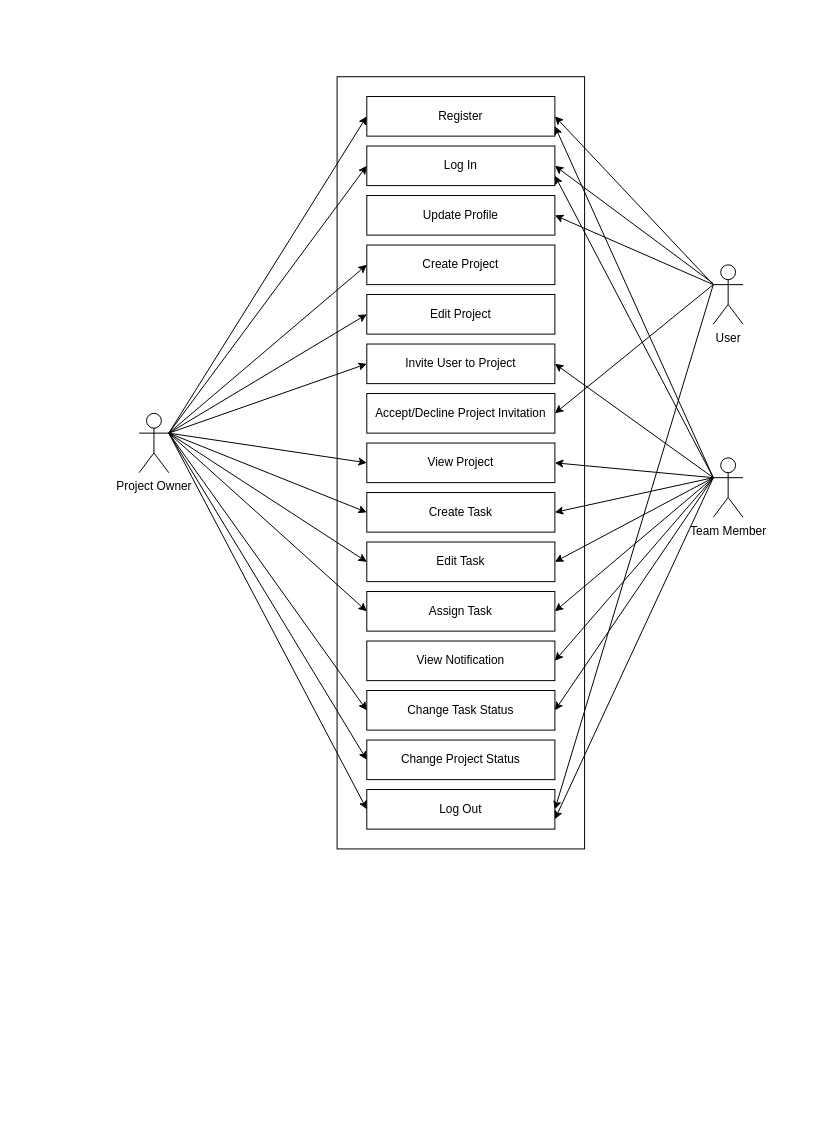
Earlier version of the draw.io diagram resources/TEAMTRACK_usecase.drawio (pembattech/team-track). Source tidied: cells renumbered, new cells numbered last; positions are measured from the earlier drawing's top-left corner, leaving out a move shared by most shapes. Both pictures are drawn from the tidied source at 99%, with x=0, y=0 at pixel (139, 76).
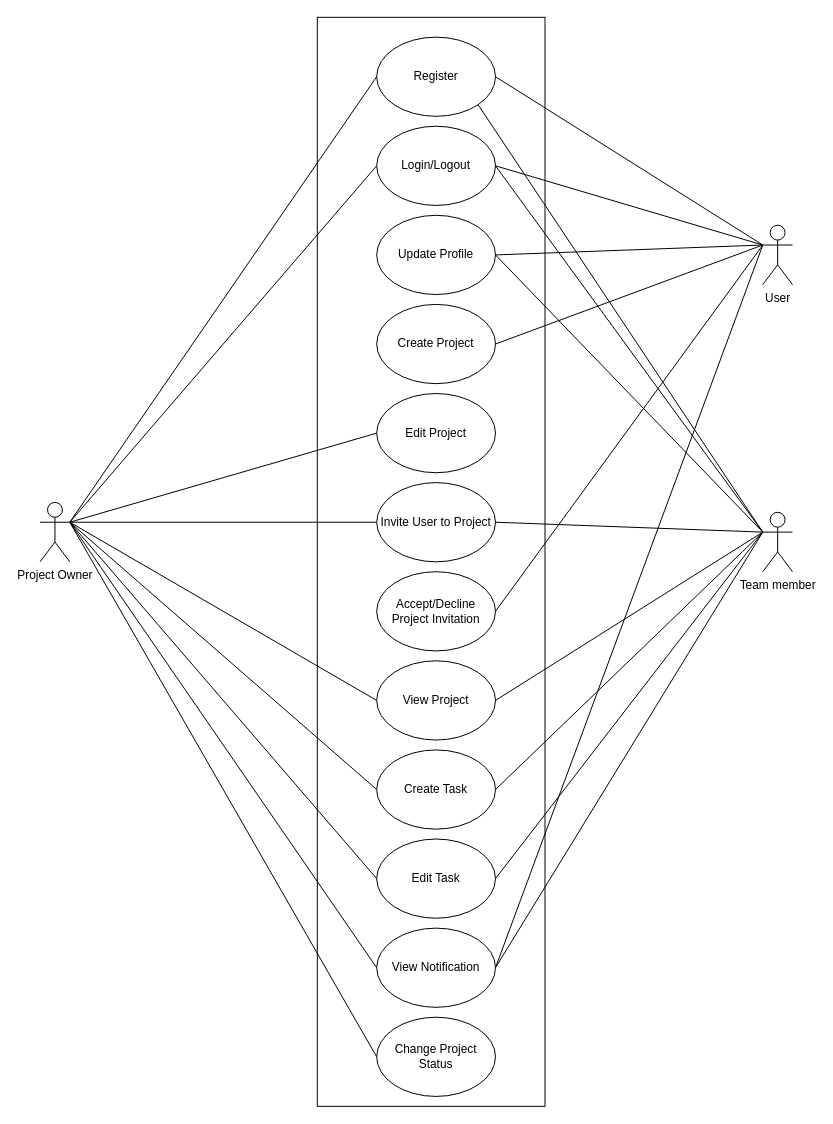
Above is the later version.

Change to the diagram source:
```diff
@@
-    <mxCell id="2" style="rounded=0;whiteSpace=wrap;html=1;" parent="1" vertex="1">
-      <mxGeometry x="200" width="250" height="780" as="geometry" />
-    </mxCell>
+    <mxCell id="48" style="rounded=0;whiteSpace=wrap;html=1;" parent="1" vertex="1">
+      <mxGeometry x="180" y="-60" width="230" height="1100" as="geometry" />
+    </mxCell>
+    <mxCell id="16" value="Change Project Status" style="ellipse;whiteSpace=wrap;html=1;" parent="1" vertex="1">
+      <mxGeometry x="240" y="950" width="120" height="80" as="geometry" />
+    </mxCell>
+    <mxCell id="14" value="View Notification" style="ellipse;whiteSpace=wrap;html=1;" parent="1" vertex="1">
+      <mxGeometry x="240" y="860" width="120" height="80" as="geometry" />
+    </mxCell>
+    <mxCell id="5" value="Edit Task" style="ellipse;whiteSpace=wrap;html=1;" parent="1" vertex="1">
+      <mxGeometry x="240" y="770" width="120" height="80" as="geometry" />
+    </mxCell>
+    <mxCell id="13" value="Update Profile" style="ellipse;whiteSpace=wrap;html=1;" parent="1" vertex="1">
+      <mxGeometry x="240" y="140" width="120" height="80" as="geometry" />
+    </mxCell>
-    <mxCell id="3" value="Register" style="rounded=0;whiteSpace=wrap;html=1;" parent="1" vertex="1">
-      <mxGeometry x="230" y="20" width="190" height="40" as="geometry" />
+    <mxCell id="3" value="Register" style="ellipse;whiteSpace=wrap;html=1;" parent="1" vertex="1">
+      <mxGeometry x="240" y="-40" width="120" height="80" as="geometry" />
     </mxCell>
-    <mxCell id="4" value="Assign Task" style="rounded=0;whiteSpace=wrap;html=1;" parent="1" vertex="1">
-      <mxGeometry x="230" y="520" width="190" height="40" as="geometry" />
-    </mxCell>
-    <mxCell id="5" value="Edit Task" style="rounded=0;whiteSpace=wrap;html=1;" parent="1" vertex="1">
-      <mxGeometry x="230" y="470" width="190" height="40" as="geometry" />
-    </mxCell>
-    <mxCell id="6" value="Create Task" style="rounded=0;whiteSpace=wrap;html=1;" parent="1" vertex="1">
-      <mxGeometry x="230" y="420" width="190" height="40" as="geometry" />
+    <mxCell id="6" value="Create Task" style="ellipse;whiteSpace=wrap;html=1;" parent="1" vertex="1">
+      <mxGeometry x="240" y="680" width="120" height="80" as="geometry" />
     </mxCell>
-    <mxCell id="7" value="View Project" style="rounded=0;whiteSpace=wrap;html=1;" parent="1" vertex="1">
-      <mxGeometry x="230" y="370" width="190" height="40" as="geometry" />
+    <mxCell id="7" value="View Project" style="ellipse;whiteSpace=wrap;html=1;" parent="1" vertex="1">
+      <mxGeometry x="240" y="590" width="120" height="80" as="geometry" />
     </mxCell>
-    <mxCell id="8" value="Accept/Decline Project Invitation" style="rounded=0;whiteSpace=wrap;html=1;" parent="1" vertex="1">
-      <mxGeometry x="230" y="320" width="190" height="40" as="geometry" />
+    <mxCell id="8" value="Accept/Decline Project Invitation" style="ellipse;whiteSpace=wrap;html=1;" parent="1" vertex="1">
+      <mxGeometry x="240" y="500" width="120" height="80" as="geometry" />
     </mxCell>
-    <mxCell id="9" value="Invite User to Project" style="rounded=0;whiteSpace=wrap;html=1;" parent="1" vertex="1">
-      <mxGeometry x="230" y="270" width="190" height="40" as="geometry" />
+    <mxCell id="9" value="Invite User to Project" style="ellipse;whiteSpace=wrap;html=1;" parent="1" vertex="1">
+      <mxGeometry x="240" y="410" width="120" height="80" as="geometry" />
     </mxCell>
-    <mxCell id="10" value="Edit Project" style="rounded=0;whiteSpace=wrap;html=1;" parent="1" vertex="1">
-      <mxGeometry x="230" y="220" width="190" height="40" as="geometry" />
+    <mxCell id="10" value="Edit Project" style="ellipse;whiteSpace=wrap;html=1;" parent="1" vertex="1">
+      <mxGeometry x="240" y="320" width="120" height="80" as="geometry" />
     </mxCell>
-    <mxCell id="11" value="Create Project" style="rounded=0;whiteSpace=wrap;html=1;" parent="1" vertex="1">
-      <mxGeometry x="230" y="170" width="190" height="40" as="geometry" />
+    <mxCell id="11" value="Create Project" style="ellipse;whiteSpace=wrap;html=1;" parent="1" vertex="1">
+      <mxGeometry x="240" y="230" width="120" height="80" as="geometry" />
     </mxCell>
-    <mxCell id="12" value="Log In" style="rounded=0;whiteSpace=wrap;html=1;" parent="1" vertex="1">
-      <mxGeometry x="230" y="70" width="190" height="40" as="geometry" />
-    </mxCell>
-    <mxCell id="13" value="Update Profile" style="rounded=0;whiteSpace=wrap;html=1;" parent="1" vertex="1">
-      <mxGeometry x="230" y="120" width="190" height="40" as="geometry" />
-    </mxCell>
-    <mxCell id="14" value="View Notification" style="rounded=0;whiteSpace=wrap;html=1;" parent="1" vertex="1">
-      <mxGeometry x="230" y="570" width="190" height="40" as="geometry" />
-    </mxCell>
-    <mxCell id="15" value="Change Task Status" style="rounded=0;whiteSpace=wrap;html=1;" parent="1" vertex="1">
-      <mxGeometry x="230" y="620" width="190" height="40" as="geometry" />
-    </mxCell>
-    <mxCell id="16" value="Change Project Status" style="rounded=0;whiteSpace=wrap;html=1;" parent="1" vertex="1">
-      <mxGeometry x="230" y="670" width="190" height="40" as="geometry" />
-    </mxCell>
-    <mxCell id="17" value="Log Out" style="rounded=0;whiteSpace=wrap;html=1;" parent="1" vertex="1">
-      <mxGeometry x="230" y="720" width="190" height="40" as="geometry" />
-    </mxCell>
+    <mxCell id="49" value="Login/Logout" style="ellipse;whiteSpace=wrap;html=1;" parent="1" vertex="1">
+      <mxGeometry x="240" y="50" width="120" height="80" as="geometry" />
+    </mxCell>
     <mxCell id="18" value="Project Owner" style="shape=umlActor;verticalLabelPosition=bottom;verticalAlign=top;html=1;outlineConnect=0;" parent="1" vertex="1">
-      <mxGeometry y="340" width="30" height="60" as="geometry" />
+      <mxGeometry x="-100" y="430" width="30" height="60" as="geometry" />
     </mxCell>
-    <mxCell id="19" value="Team Member" style="shape=umlActor;verticalLabelPosition=bottom;verticalAlign=top;html=1;outlineConnect=0;" parent="1" vertex="1">
-      <mxGeometry x="580" y="385" width="30" height="60" as="geometry" />
-    </mxCell>
     <mxCell id="20" value="User" style="shape=umlActor;verticalLabelPosition=bottom;verticalAlign=top;html=1;outlineConnect=0;" parent="1" vertex="1">
-      <mxGeometry x="580" y="190" width="30" height="60" as="geometry" />
+      <mxGeometry x="630" y="150" width="30" height="60" as="geometry" />
     </mxCell>
-    <mxCell id="21" style="endArrow=classic;html=1;rounded=0;entryX=1;entryY=0.5;entryDx=0;entryDy=0;exitX=0;exitY=0.3333333333333333;exitDx=0;exitDy=0;exitPerimeter=0;" parent="1" edge="1" source="20" target="3">
-      <mxGeometry relative="1" as="geometry" />
-    </mxCell>
-    <mxCell id="22" style="endArrow=classic;html=1;rounded=0;entryX=1;entryY=0.5;entryDx=0;entryDy=0;" parent="1" edge="1" source="20" target="12">
-      <mxGeometry relative="1" as="geometry" />
-    </mxCell>
-    <mxCell id="23" style="endArrow=classic;html=1;rounded=0;entryX=1;entryY=0.5;entryDx=0;entryDy=0;exitX=0;exitY=0.3333333333333333;exitDx=0;exitDy=0;exitPerimeter=0;" parent="1" edge="1" source="20" target="13">
-      <mxGeometry relative="1" as="geometry" />
-    </mxCell>
-    <mxCell id="24" style="endArrow=classic;html=1;rounded=0;entryX=1;entryY=0.5;entryDx=0;entryDy=0;exitX=0;exitY=0.3333333333333333;exitDx=0;exitDy=0;exitPerimeter=0;" parent="1" edge="1" source="20" target="8">
-      <mxGeometry relative="1" as="geometry" />
-    </mxCell>
-    <mxCell id="25" style="endArrow=classic;html=1;rounded=0;entryX=1;entryY=0.5;entryDx=0;entryDy=0;exitX=0;exitY=0.3333333333333333;exitDx=0;exitDy=0;exitPerimeter=0;" parent="1" edge="1" source="20" target="17">
-      <mxGeometry relative="1" as="geometry" />
-    </mxCell>
-    <mxCell id="26" style="endArrow=classic;html=1;rounded=0;exitX=1;exitY=0.3333333333333333;exitDx=0;exitDy=0;exitPerimeter=0;entryX=0;entryY=0.5;entryDx=0;entryDy=0;" parent="1" edge="1" source="18" target="3">
-      <mxGeometry relative="1" as="geometry" />
-    </mxCell>
-    <mxCell id="27" style="endArrow=classic;html=1;rounded=0;exitX=1;exitY=0.3333333333333333;exitDx=0;exitDy=0;exitPerimeter=0;entryX=0;entryY=0.5;entryDx=0;entryDy=0;" parent="1" edge="1" source="18" target="12">
-      <mxGeometry relative="1" as="geometry" />
-    </mxCell>
-    <mxCell id="28" style="endArrow=classic;html=1;rounded=0;exitX=1;exitY=0.3333333333333333;exitDx=0;exitDy=0;exitPerimeter=0;entryX=0;entryY=0.5;entryDx=0;entryDy=0;" parent="1" edge="1" source="18" target="11">
-      <mxGeometry relative="1" as="geometry" />
-    </mxCell>
-    <mxCell id="29" style="endArrow=classic;html=1;rounded=0;exitX=1;exitY=0.3333333333333333;exitDx=0;exitDy=0;exitPerimeter=0;entryX=0;entryY=0.5;entryDx=0;entryDy=0;" parent="1" edge="1" source="18" target="10">
-      <mxGeometry relative="1" as="geometry" />
-    </mxCell>
-    <mxCell id="30" style="endArrow=classic;html=1;rounded=0;exitX=1;exitY=0.3333333333333333;exitDx=0;exitDy=0;exitPerimeter=0;entryX=0;entryY=0.5;entryDx=0;entryDy=0;" parent="1" edge="1" source="18" target="9">
-      <mxGeometry relative="1" as="geometry" />
-    </mxCell>
-    <mxCell id="31" style="endArrow=classic;html=1;rounded=0;entryX=0;entryY=0.5;entryDx=0;entryDy=0;exitX=1;exitY=0.3333333333333333;exitDx=0;exitDy=0;exitPerimeter=0;" parent="1" edge="1" source="18" target="7">
-      <mxGeometry relative="1" as="geometry" />
-    </mxCell>
-    <mxCell id="32" style="endArrow=classic;html=1;rounded=0;exitX=1;exitY=0.3333333333333333;exitDx=0;exitDy=0;exitPerimeter=0;entryX=0;entryY=0.5;entryDx=0;entryDy=0;" parent="1" edge="1" source="18" target="6">
-      <mxGeometry relative="1" as="geometry" />
-    </mxCell>
-    <mxCell id="33" style="endArrow=classic;html=1;rounded=0;exitX=1;exitY=0.3333333333333333;exitDx=0;exitDy=0;exitPerimeter=0;entryX=0;entryY=0.5;entryDx=0;entryDy=0;" parent="1" edge="1" source="18" target="5">
-      <mxGeometry relative="1" as="geometry" />
-    </mxCell>
-    <mxCell id="34" style="endArrow=classic;html=1;rounded=0;exitX=1;exitY=0.3333333333333333;exitDx=0;exitDy=0;exitPerimeter=0;entryX=0;entryY=0.5;entryDx=0;entryDy=0;" parent="1" edge="1" source="18" target="4">
-      <mxGeometry relative="1" as="geometry" />
-    </mxCell>
-    <mxCell id="35" style="endArrow=classic;html=1;rounded=0;exitX=1;exitY=0.3333333333333333;exitDx=0;exitDy=0;exitPerimeter=0;entryX=0;entryY=0.5;entryDx=0;entryDy=0;" parent="1" edge="1" source="18" target="15">
-      <mxGeometry relative="1" as="geometry" />
-    </mxCell>
-    <mxCell id="36" style="endArrow=classic;html=1;rounded=0;exitX=1;exitY=0.3333333333333333;exitDx=0;exitDy=0;exitPerimeter=0;entryX=0;entryY=0.5;entryDx=0;entryDy=0;" parent="1" edge="1" source="18" target="16">
-      <mxGeometry relative="1" as="geometry" />
-    </mxCell>
-    <mxCell id="37" style="endArrow=classic;html=1;rounded=0;exitX=1;exitY=0.3333333333333333;exitDx=0;exitDy=0;exitPerimeter=0;entryX=0;entryY=0.5;entryDx=0;entryDy=0;" parent="1" edge="1" source="18" target="17">
-      <mxGeometry relative="1" as="geometry" />
-    </mxCell>
-    <mxCell id="38" style="endArrow=classic;html=1;rounded=0;exitX=0;exitY=0.3333333333333333;exitDx=0;exitDy=0;exitPerimeter=0;entryX=1;entryY=0.75;entryDx=0;entryDy=0;" parent="1" edge="1" source="19" target="3">
-      <mxGeometry relative="1" as="geometry" />
-    </mxCell>
-    <mxCell id="39" style="endArrow=classic;html=1;rounded=0;exitX=0;exitY=0.3333333333333333;exitDx=0;exitDy=0;exitPerimeter=0;entryX=1;entryY=0.75;entryDx=0;entryDy=0;" parent="1" edge="1" source="19" target="12">
-      <mxGeometry relative="1" as="geometry" />
-    </mxCell>
-    <mxCell id="40" style="endArrow=classic;html=1;rounded=0;entryX=1;entryY=0.5;entryDx=0;entryDy=0;exitX=0;exitY=0.3333333333333333;exitDx=0;exitDy=0;exitPerimeter=0;" parent="1" edge="1" source="19" target="9">
-      <mxGeometry relative="1" as="geometry" />
-    </mxCell>
-    <mxCell id="41" style="endArrow=classic;html=1;rounded=0;entryX=1;entryY=0.5;entryDx=0;entryDy=0;exitX=0;exitY=0.3333333333333333;exitDx=0;exitDy=0;exitPerimeter=0;" parent="1" edge="1" source="19" target="7">
-      <mxGeometry relative="1" as="geometry" />
-    </mxCell>
-    <mxCell id="42" style="endArrow=classic;html=1;rounded=0;entryX=1;entryY=0.5;entryDx=0;entryDy=0;exitX=0;exitY=0.3333333333333333;exitDx=0;exitDy=0;exitPerimeter=0;" parent="1" edge="1" source="19" target="6">
-      <mxGeometry relative="1" as="geometry" />
-    </mxCell>
-    <mxCell id="43" style="endArrow=classic;html=1;rounded=0;entryX=1;entryY=0.5;entryDx=0;entryDy=0;exitX=0;exitY=0.3333333333333333;exitDx=0;exitDy=0;exitPerimeter=0;" parent="1" edge="1" source="19" target="5">
-      <mxGeometry relative="1" as="geometry" />
-    </mxCell>
-    <mxCell id="44" style="endArrow=classic;html=1;rounded=0;entryX=1;entryY=0.5;entryDx=0;entryDy=0;exitX=0;exitY=0.3333333333333333;exitDx=0;exitDy=0;exitPerimeter=0;" parent="1" edge="1" source="19" target="4">
-      <mxGeometry relative="1" as="geometry" />
-    </mxCell>
-    <mxCell id="45" style="endArrow=classic;html=1;rounded=0;entryX=1;entryY=0.5;entryDx=0;entryDy=0;exitX=0;exitY=0.3333333333333333;exitDx=0;exitDy=0;exitPerimeter=0;" parent="1" edge="1" source="19" target="14">
-      <mxGeometry relative="1" as="geometry" />
-    </mxCell>
-    <mxCell id="46" style="endArrow=classic;html=1;rounded=0;entryX=1;entryY=0.5;entryDx=0;entryDy=0;exitX=0;exitY=0.3333333333333333;exitDx=0;exitDy=0;exitPerimeter=0;" parent="1" edge="1" source="19" target="15">
-      <mxGeometry relative="1" as="geometry" />
-    </mxCell>
-    <mxCell id="47" style="endArrow=classic;html=1;rounded=0;entryX=1;entryY=0.75;entryDx=0;entryDy=0;exitX=0;exitY=0.3333333333333333;exitDx=0;exitDy=0;exitPerimeter=0;" parent="1" edge="1" source="19" target="17">
-      <mxGeometry relative="1" as="geometry" />
-    </mxCell>
+    <mxCell id="50" value="Team member" style="shape=umlActor;verticalLabelPosition=bottom;verticalAlign=top;html=1;outlineConnect=0;" parent="1" vertex="1">
+      <mxGeometry x="630" y="440" width="30" height="60" as="geometry" />
+    </mxCell>
+    <mxCell id="51" style="endArrow=none;html=1;rounded=0;exitX=0;exitY=0.5;exitDx=0;exitDy=0;entryX=1;entryY=0.3333333333333333;entryDx=0;entryDy=0;entryPerimeter=0;" parent="1" edge="1" source="3" target="18">
+      <mxGeometry relative="1" as="geometry" />
+    </mxCell>
+    <mxCell id="52" style="endArrow=none;html=1;rounded=0;exitX=1;exitY=0.5;exitDx=0;exitDy=0;entryX=0;entryY=0.3333333333333333;entryDx=0;entryDy=0;entryPerimeter=0;" parent="1" edge="1" source="3" target="20">
+      <mxGeometry relative="1" as="geometry" />
+    </mxCell>
+    <mxCell id="53" style="endArrow=none;html=1;rounded=0;exitX=1;exitY=0.5;exitDx=0;exitDy=0;entryX=0;entryY=0.3333333333333333;entryDx=0;entryDy=0;entryPerimeter=0;" parent="1" edge="1" source="49" target="20">
+      <mxGeometry relative="1" as="geometry" />
+    </mxCell>
+    <mxCell id="54" style="endArrow=none;html=1;rounded=0;exitX=1;exitY=0.5;exitDx=0;exitDy=0;entryX=0;entryY=0.3333333333333333;entryDx=0;entryDy=0;entryPerimeter=0;" parent="1" edge="1" source="13" target="20">
+      <mxGeometry relative="1" as="geometry" />
+    </mxCell>
+    <mxCell id="55" style="endArrow=none;html=1;rounded=0;exitX=1;exitY=0.5;exitDx=0;exitDy=0;entryX=0;entryY=0.3333333333333333;entryDx=0;entryDy=0;entryPerimeter=0;" parent="1" edge="1" source="11" target="20">
+      <mxGeometry relative="1" as="geometry" />
+    </mxCell>
+    <mxCell id="56" style="endArrow=none;html=1;rounded=0;exitX=1;exitY=1;exitDx=0;exitDy=0;entryX=0;entryY=0.3333333333333333;entryDx=0;entryDy=0;entryPerimeter=0;" parent="1" edge="1" source="3" target="50">
+      <mxGeometry relative="1" as="geometry" />
+    </mxCell>
+    <mxCell id="57" style="endArrow=none;html=1;rounded=0;exitX=1;exitY=0.5;exitDx=0;exitDy=0;entryX=0;entryY=0.3333333333333333;entryDx=0;entryDy=0;entryPerimeter=0;" parent="1" edge="1" source="49" target="50">
+      <mxGeometry relative="1" as="geometry" />
+    </mxCell>
+    <mxCell id="58" style="endArrow=none;html=1;rounded=0;exitX=1;exitY=0.5;exitDx=0;exitDy=0;entryX=0;entryY=0.3333333333333333;entryDx=0;entryDy=0;entryPerimeter=0;" parent="1" edge="1" source="13" target="50">
+      <mxGeometry relative="1" as="geometry" />
+    </mxCell>
+    <mxCell id="59" style="endArrow=none;html=1;rounded=0;exitX=1;exitY=0.5;exitDx=0;exitDy=0;entryX=0;entryY=0.3333333333333333;entryDx=0;entryDy=0;entryPerimeter=0;" parent="1" edge="1" source="9" target="50">
+      <mxGeometry relative="1" as="geometry" />
+    </mxCell>
+    <mxCell id="60" style="endArrow=none;html=1;rounded=0;exitX=1;exitY=0.5;exitDx=0;exitDy=0;entryX=0;entryY=0.3333333333333333;entryDx=0;entryDy=0;entryPerimeter=0;" parent="1" edge="1" source="7" target="50">
+      <mxGeometry relative="1" as="geometry" />
+    </mxCell>
+    <mxCell id="61" style="endArrow=none;html=1;rounded=0;exitX=1;exitY=0.5;exitDx=0;exitDy=0;entryX=0;entryY=0.3333333333333333;entryDx=0;entryDy=0;entryPerimeter=0;" parent="1" edge="1" source="6" target="50">
+      <mxGeometry relative="1" as="geometry" />
+    </mxCell>
+    <mxCell id="62" style="endArrow=none;html=1;rounded=0;exitX=1;exitY=0.5;exitDx=0;exitDy=0;entryX=0;entryY=0.3333333333333333;entryDx=0;entryDy=0;entryPerimeter=0;" parent="1" edge="1" source="5" target="50">
+      <mxGeometry relative="1" as="geometry" />
+    </mxCell>
+    <mxCell id="63" style="endArrow=none;html=1;rounded=0;exitX=1;exitY=0.5;exitDx=0;exitDy=0;entryX=0;entryY=0.3333333333333333;entryDx=0;entryDy=0;entryPerimeter=0;" parent="1" edge="1" source="14" target="50">
+      <mxGeometry relative="1" as="geometry" />
+    </mxCell>
+    <mxCell id="64" style="endArrow=none;html=1;rounded=0;exitX=1;exitY=0.5;exitDx=0;exitDy=0;entryX=0;entryY=0.3333333333333333;entryDx=0;entryDy=0;entryPerimeter=0;" parent="1" edge="1" source="14" target="20">
+      <mxGeometry relative="1" as="geometry" />
+    </mxCell>
+    <mxCell id="65" style="endArrow=none;html=1;rounded=0;exitX=1;exitY=0.5;exitDx=0;exitDy=0;entryX=0;entryY=0.3333333333333333;entryDx=0;entryDy=0;entryPerimeter=0;" parent="1" edge="1" source="8" target="20">
+      <mxGeometry relative="1" as="geometry" />
+    </mxCell>
+    <mxCell id="66" style="endArrow=none;html=1;rounded=0;exitX=0;exitY=0.5;exitDx=0;exitDy=0;entryX=1;entryY=0.3333333333333333;entryDx=0;entryDy=0;entryPerimeter=0;" parent="1" edge="1" source="49" target="18">
+      <mxGeometry relative="1" as="geometry" />
+    </mxCell>
+    <mxCell id="67" style="endArrow=none;html=1;rounded=0;exitX=0;exitY=0.5;exitDx=0;exitDy=0;entryX=1;entryY=0.3333333333333333;entryDx=0;entryDy=0;entryPerimeter=0;" parent="1" edge="1" source="10" target="18">
+      <mxGeometry relative="1" as="geometry" />
+    </mxCell>
+    <mxCell id="68" style="endArrow=none;html=1;rounded=0;exitX=0;exitY=0.5;exitDx=0;exitDy=0;entryX=1;entryY=0.3333333333333333;entryDx=0;entryDy=0;entryPerimeter=0;" parent="1" edge="1" source="9" target="18">
+      <mxGeometry relative="1" as="geometry" />
+    </mxCell>
+    <mxCell id="69" style="endArrow=none;html=1;rounded=0;exitX=0;exitY=0.5;exitDx=0;exitDy=0;entryX=1;entryY=0.3333333333333333;entryDx=0;entryDy=0;entryPerimeter=0;" parent="1" edge="1" source="7" target="18">
+      <mxGeometry relative="1" as="geometry" />
+    </mxCell>
+    <mxCell id="70" style="endArrow=none;html=1;rounded=0;exitX=0;exitY=0.5;exitDx=0;exitDy=0;entryX=1;entryY=0.3333333333333333;entryDx=0;entryDy=0;entryPerimeter=0;" parent="1" edge="1" source="6" target="18">
+      <mxGeometry relative="1" as="geometry" />
+    </mxCell>
+    <mxCell id="71" style="endArrow=none;html=1;rounded=0;exitX=0;exitY=0.5;exitDx=0;exitDy=0;entryX=1;entryY=0.3333333333333333;entryDx=0;entryDy=0;entryPerimeter=0;" parent="1" edge="1" source="5" target="18">
+      <mxGeometry relative="1" as="geometry" />
+    </mxCell>
+    <mxCell id="72" style="endArrow=none;html=1;rounded=0;exitX=0;exitY=0.5;exitDx=0;exitDy=0;entryX=1;entryY=0.3333333333333333;entryDx=0;entryDy=0;entryPerimeter=0;" parent="1" edge="1" source="14" target="18">
+      <mxGeometry relative="1" as="geometry" />
+    </mxCell>
+    <mxCell id="73" style="endArrow=none;html=1;rounded=0;exitX=0;exitY=0.5;exitDx=0;exitDy=0;entryX=1;entryY=0.3333333333333333;entryDx=0;entryDy=0;entryPerimeter=0;" parent="1" edge="1" source="16" target="18">
+      <mxGeometry relative="1" as="geometry" />
+    </mxCell>
```
